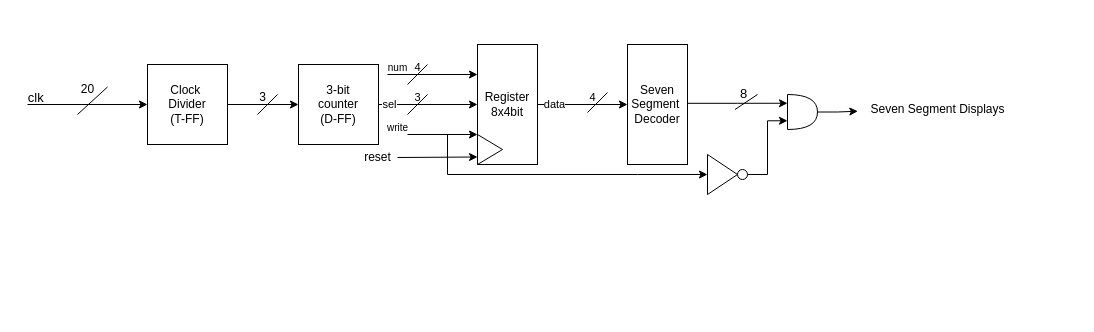
Earlier version of the draw.io diagram page "Page-1" (1 of 4) of SevenSegmentSeq.drawio (abubakar-lgtm/DSD_2023_Abubakar). Source tidied: cells renumbered, new cells numbered last; positions are measured from the earlier drawing's top-left corner, leaving out a move shared by most shapes. Both pictures are drawn from the tidied source at 100%, with x=0, y=0 at pixel (17, 44).
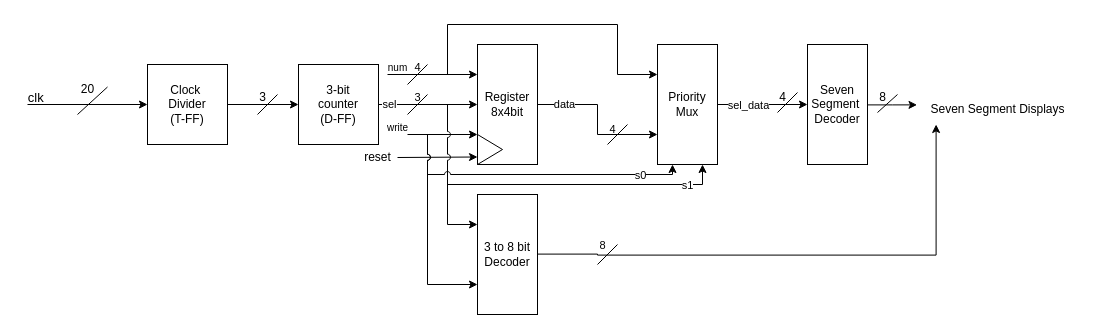
The same page after the edit.

The change refers to these unchanged cells:
```xml
<mxCell id="37" value="Register&lt;div&gt;8x4bit&lt;/div&gt;" style="rounded=0;whiteSpace=wrap;html=1;direction=south;" parent="36" vertex="1">
  <mxGeometry width="60" height="120" as="geometry" />
</mxCell>
```

Diff of the diagram source:
```diff
@@
-    <mxCell id="9" style="edgeStyle=orthogonalEdgeStyle;rounded=0;jettySize=auto;html=1;entryX=0.5;entryY=1;entryDx=0;entryDy=0;strokeWidth=1;" parent="1" edge="1" source="37" target="23">
+    <mxCell id="9" style="edgeStyle=orthogonalEdgeStyle;rounded=0;jettySize=auto;html=1;strokeWidth=1;entryX=0.75;entryY=1;entryDx=0;entryDy=0;" parent="1" edge="1" source="37" target="56">
       <mxGeometry relative="1" as="geometry" />
     </mxCell>
@@
     <mxCell id="23" value="Seven Segment&amp;nbsp;&lt;div&gt;Decoder&lt;/div&gt;" style="rounded=0;whiteSpace=wrap;html=1;direction=south;" parent="1" vertex="1">
-      <mxGeometry x="610" width="60" height="120" as="geometry" />
+      <mxGeometry x="790" width="60" height="120" as="geometry" />
     </mxCell>
     <mxCell id="24" style="endArrow=none;html=1;rounded=0;strokeWidth=1;" parent="1" edge="1">
       <mxGeometry relative="1" as="geometry">
-        <mxPoint x="590" y="48" as="sourcePoint" />
-        <mxPoint x="570" y="68" as="targetPoint" />
+        <mxPoint x="610" y="80" as="sourcePoint" />
+        <mxPoint x="590" y="100" as="targetPoint" />
       </mxGeometry>
     </mxCell>
     <mxCell id="25" value="&lt;font style=&quot;font-size: 11px;&quot;&gt;4&lt;/font&gt;" style="text;html=1;align=center;verticalAlign=middle;strokeColor=none;fillColor=none;" parent="1" vertex="1">
-      <mxGeometry x="560" y="38" width="30" height="30" as="geometry" />
+      <mxGeometry x="580" y="70" width="30" height="30" as="geometry" />
     </mxCell>
-    <mxCell id="26" style="endArrow=none;html=1;rounded=0;strokeWidth=1;" parent="1" edge="1">
-      <mxGeometry relative="1" as="geometry">
-        <mxPoint x="740" y="50" as="sourcePoint" />
-        <mxPoint x="717.5" y="65" as="targetPoint" />
-      </mxGeometry>
-    </mxCell>
-    <mxCell id="27" value="&lt;font style=&quot;font-size: 13px;&quot;&gt;8&lt;/font&gt;" style="edgeLabel;html=1;align=center;verticalAlign=middle;" parent="26" vertex="1">
-      <mxGeometry x="-0.05" y="-11" relative="1" as="geometry">
-        <mxPoint x="2" as="offset" />
-      </mxGeometry>
-    </mxCell>
     <mxCell id="28" value="Seven Segment Displays" style="text;html=1;align=center;verticalAlign=middle;points=[];strokeColor=none;fillColor=none;" parent="1" vertex="1">
-      <mxGeometry x="840" y="50" width="160" height="30" as="geometry" />
+      <mxGeometry x="900" y="50" width="160" height="30" as="geometry" />
     </mxCell>
-    <mxCell id="29" style="edgeStyle=orthogonalEdgeStyle;rounded=0;jettySize=auto;html=1;entryX=0.002;entryY=0.557;entryDx=0;entryDy=0;entryPerimeter=0;" parent="1" edge="1" source="30" target="28">
-      <mxGeometry relative="1" as="geometry" />
-    </mxCell>
-    <mxCell id="30" style="shape=or;whiteSpace=wrap;html=1;" parent="1" vertex="1">
-      <mxGeometry x="770" y="50" width="30" height="35" as="geometry" />
-    </mxCell>
-    <mxCell id="31" style="endArrow=classic;html=1;rounded=0;entryX=0;entryY=0.5;entryDx=0;entryDy=0;" parent="1" edge="1" target="32">
-      <mxGeometry relative="1" as="geometry">
-        <mxPoint x="430" y="90" as="sourcePoint" />
-        <Array as="points">
-          <mxPoint x="430" y="130" />
-          <mxPoint x="620" y="130" />
-        </Array>
-      </mxGeometry>
-    </mxCell>
-    <mxCell id="32" style="triangle;whiteSpace=wrap;html=1;" parent="1" vertex="1">
-      <mxGeometry x="690" y="110" width="30" height="40" as="geometry" />
-    </mxCell>
-    <mxCell id="33" style="ellipse;whiteSpace=wrap;html=1;" parent="1" vertex="1">
-      <mxGeometry x="720" y="125" width="10" height="10" as="geometry" />
-    </mxCell>
-    <mxCell id="34" style="edgeStyle=orthogonalEdgeStyle;rounded=0;jettySize=auto;html=1;entryX=0;entryY=0.75;entryDx=0;entryDy=0;entryPerimeter=0;" parent="1" edge="1" source="33" target="30">
-      <mxGeometry relative="1" as="geometry" />
-    </mxCell>
-    <mxCell id="35" style="edgeStyle=orthogonalEdgeStyle;rounded=0;jettySize=auto;html=1;entryX=0;entryY=0.25;entryDx=0;entryDy=0;entryPerimeter=0;" parent="1" edge="1" source="23" target="30">
-      <mxGeometry relative="1" as="geometry">
-        <Array as="points">
-          <mxPoint x="720" y="59" />
-        </Array>
-      </mxGeometry>
-    </mxCell>
@@
+    <mxCell id="41" style="edgeStyle=orthogonalEdgeStyle;rounded=0;orthogonalLoop=1;jettySize=auto;html=1;entryX=0.116;entryY=1.014;entryDx=0;entryDy=0;entryPerimeter=0;" parent="1" edge="1">
+      <mxGeometry relative="1" as="geometry">
+        <mxPoint x="520" y="209.6" as="sourcePoint" />
+        <mxPoint x="918.6" y="80" as="targetPoint" />
+        <Array as="points">
+          <mxPoint x="580" y="209.6" />
+          <mxPoint x="580" y="210.6" />
+          <mxPoint x="919" y="210.6" />
+        </Array>
+      </mxGeometry>
+    </mxCell>
+    <mxCell id="42" value="3 to 8 bit&lt;div&gt;Decoder&lt;/div&gt;" style="rounded=0;whiteSpace=wrap;html=1;direction=south;" parent="1" vertex="1">
+      <mxGeometry x="460" y="150" width="60" height="120" as="geometry" />
+    </mxCell>
+    <mxCell id="43" style="endArrow=classic;html=1;rounded=0;entryX=0.25;entryY=1;entryDx=0;entryDy=0;jumpStyle=arc;" parent="1" edge="1" target="42">
+      <mxGeometry relative="1" as="geometry">
+        <mxPoint x="430" y="60" as="sourcePoint" />
+        <Array as="points">
+          <mxPoint x="430" y="180" />
+        </Array>
+      </mxGeometry>
+    </mxCell>
+    <mxCell id="44" style="endArrow=classic;html=1;rounded=0;entryX=0.75;entryY=1;entryDx=0;entryDy=0;jumpStyle=arc;" parent="1" edge="1" target="42">
+      <mxGeometry relative="1" as="geometry">
+        <mxPoint x="410" y="90" as="sourcePoint" />
+        <Array as="points">
+          <mxPoint x="410" y="240" />
+        </Array>
+      </mxGeometry>
+    </mxCell>
+    <mxCell id="45" style="endArrow=none;html=1;rounded=0;" parent="1" edge="1">
+      <mxGeometry relative="1" as="geometry">
+        <mxPoint x="600" y="200" as="sourcePoint" />
+        <mxPoint x="580" y="220" as="targetPoint" />
+      </mxGeometry>
+    </mxCell>
+    <mxCell id="46" value="8" style="edgeLabel;html=1;align=center;verticalAlign=middle;" parent="45" vertex="1">
+      <mxGeometry y="-8" relative="1" as="geometry">
+        <mxPoint y="-4" as="offset" />
+      </mxGeometry>
+    </mxCell>
+    <mxCell id="47" style="endArrow=classic;html=1;rounded=0;entryX=1;entryY=0.75;entryDx=0;entryDy=0;jumpStyle=arc;" parent="1" edge="1" target="56">
+      <mxGeometry relative="1" as="geometry">
+        <mxPoint x="410" y="90" as="sourcePoint" />
+        <Array as="points">
+          <mxPoint x="410" y="130" />
+          <mxPoint x="655" y="130" />
+        </Array>
+      </mxGeometry>
+    </mxCell>
+    <mxCell id="48" value="s0" style="edgeLabel;html=1;align=center;verticalAlign=middle;" parent="47" vertex="1">
+      <mxGeometry x="0.71" relative="1" as="geometry" />
+    </mxCell>
+    <mxCell id="49" style="endArrow=none;html=1;rounded=0;" parent="1" edge="1">
+      <mxGeometry relative="1" as="geometry">
+        <mxPoint x="780" y="48" as="sourcePoint" />
+        <mxPoint x="760" y="68" as="targetPoint" />
+      </mxGeometry>
+    </mxCell>
+    <mxCell id="50" value="4" style="text;html=1;align=center;verticalAlign=middle;strokeColor=none;fillColor=none;" parent="1" vertex="1">
+      <mxGeometry x="750" y="38" width="30" height="30" as="geometry" />
+    </mxCell>
+    <mxCell id="51" style="edgeStyle=orthogonalEdgeStyle;rounded=0;jettySize=auto;html=1;entryX=-0.003;entryY=0.346;entryDx=0;entryDy=0;entryPerimeter=0;" parent="1" edge="1" source="23" target="28">
+      <mxGeometry relative="1" as="geometry">
+        <Array as="points">
+          <mxPoint x="875" y="60" />
+        </Array>
+      </mxGeometry>
+    </mxCell>
+    <mxCell id="52" style="endArrow=none;html=1;rounded=0;" parent="1" edge="1">
+      <mxGeometry relative="1" as="geometry">
+        <mxPoint x="860" y="68" as="sourcePoint" />
+        <mxPoint x="880" y="50" as="targetPoint" />
+      </mxGeometry>
+    </mxCell>
+    <mxCell id="53" value="8" style="text;html=1;align=center;verticalAlign=middle;strokeColor=none;fillColor=none;" parent="1" vertex="1">
+      <mxGeometry x="850" y="38" width="30" height="30" as="geometry" />
+    </mxCell>
+    <mxCell id="54" style="edgeStyle=orthogonalEdgeStyle;rounded=0;jettySize=auto;html=1;entryX=0.5;entryY=1;entryDx=0;entryDy=0;" parent="1" edge="1" source="56" target="23">
+      <mxGeometry relative="1" as="geometry" />
+    </mxCell>
+    <mxCell id="55" value="sel_data" style="edgeLabel;html=1;align=center;verticalAlign=middle;" parent="54" vertex="1">
+      <mxGeometry x="-0.56" relative="1" as="geometry">
+        <mxPoint x="10" as="offset" />
+      </mxGeometry>
+    </mxCell>
+    <mxCell id="56" value="Priority&lt;div&gt;Mux&lt;/div&gt;" style="rounded=0;whiteSpace=wrap;html=1;direction=south;" parent="1" vertex="1">
+      <mxGeometry x="640" width="60" height="120" as="geometry" />
+    </mxCell>
+    <mxCell id="57" style="endArrow=classic;html=1;rounded=0;entryX=0.25;entryY=1;entryDx=0;entryDy=0;" parent="1" edge="1" target="56">
+      <mxGeometry relative="1" as="geometry">
+        <mxPoint x="430" y="30" as="sourcePoint" />
+        <Array as="points">
+          <mxPoint x="430" y="-20" />
+          <mxPoint x="600" y="-20" />
+          <mxPoint x="600" y="30" />
+        </Array>
+      </mxGeometry>
+    </mxCell>
+    <mxCell id="58" style="endArrow=classic;html=1;rounded=0;entryX=1;entryY=0.25;entryDx=0;entryDy=0;" parent="1" edge="1" target="56">
+      <mxGeometry relative="1" as="geometry">
+        <mxPoint x="430" y="140" as="sourcePoint" />
+        <Array as="points">
+          <mxPoint x="685" y="140" />
+        </Array>
+      </mxGeometry>
+    </mxCell>
+    <mxCell id="59" value="s1" style="edgeLabel;html=1;align=center;verticalAlign=middle;" parent="58" vertex="1">
+      <mxGeometry x="0.74" relative="1" as="geometry" />
+    </mxCell>
```
